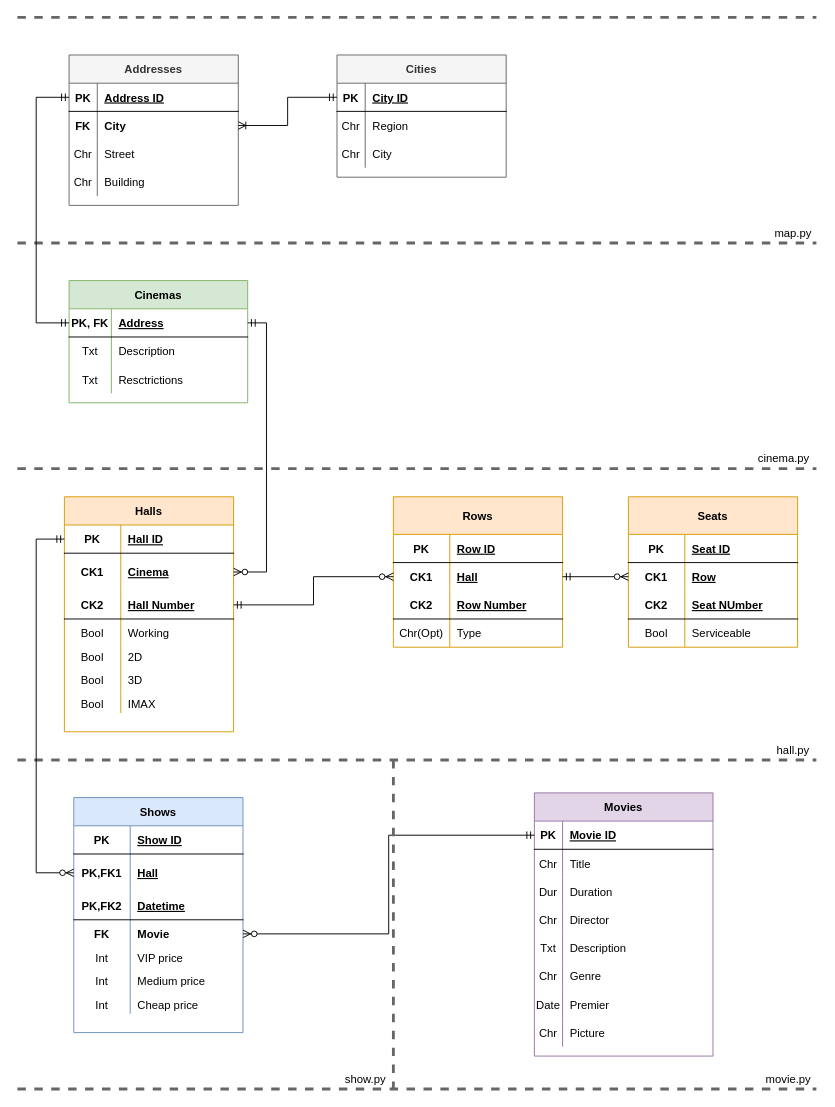
Earlier version of the draw.io diagram description/db.drawio (pointuseless/kinocms). Source tidied: cells renumbered, new cells numbered last; positions are measured from the earlier drawing's top-left corner, leaving out a move shared by most shapes. Both pictures are drawn from the tidied source at 94%, with x=0, y=0 at pixel (17, 17).
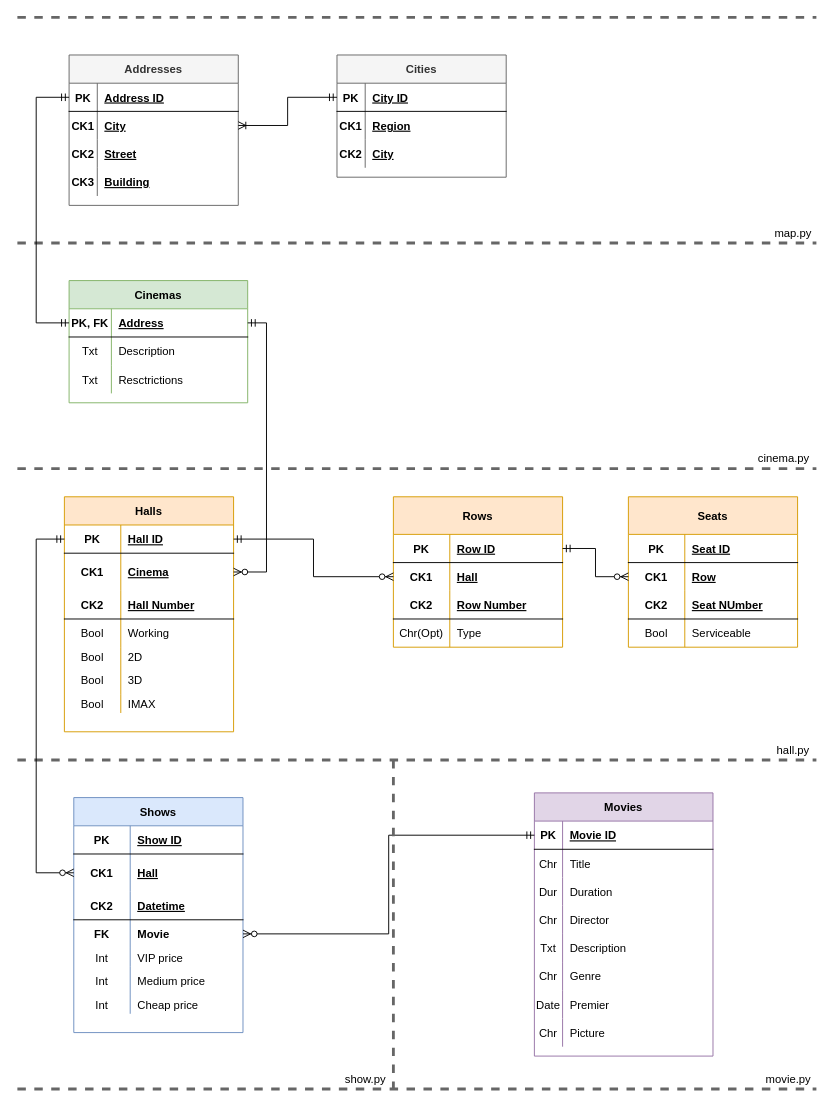
The same page after the edit.

The change refers to these unchanged cells:
```xml
<mxCell id="6" style="shape=partialRectangle;fillColor=none;top=0;left=0;bottom=0;right=0;points=[[0,0.5],[1,0.5]];portConstraint=eastwest;" parent="2" vertex="1">
  <mxGeometry y="60" width="180" height="40" as="geometry" />
</mxCell>
<mxCell id="9" style="shape=partialRectangle;fillColor=none;top=0;left=0;bottom=1;right=0;" parent="2" vertex="1">
  <mxGeometry y="100" width="180" height="30" as="geometry" />
</mxCell>
<mxCell id="25" style="shape=partialRectangle;fillColor=none;top=0;left=0;bottom=1;right=0;points=[[0,0.5],[1,0.5]];portConstraint=eastwest;strokeColor=#000000;" parent="24" vertex="1">
  <mxGeometry y="30" width="180" height="30" as="geometry" />
</mxCell>
<mxCell id="31" style="shape=partialRectangle;fillColor=none;top=0;left=0;bottom=1;right=0;points=[[0,0.5],[1,0.5]];portConstraint=eastwest;" parent="24" vertex="1">
  <mxGeometry y="100" width="180" height="30" as="geometry" />
</mxCell>
<mxCell id="73" style="shape=partialRectangle;fillColor=none;top=0;left=0;bottom=1;right=0;points=[[0,0.5],[1,0.5]];portConstraint=eastwest;strokeColor=#000000;" parent="72" vertex="1">
  <mxGeometry y="40" width="180" height="30" as="geometry" />
</mxCell>
<mxCell id="76" style="shape=partialRectangle;fillColor=none;top=0;left=0;bottom=0;right=0;points=[[0,0.5],[1,0.5]];portConstraint=eastwest;" parent="72" vertex="1">
  <mxGeometry y="70" width="180" height="30" as="geometry" />
</mxCell>
<mxCell id="90" style="shape=partialRectangle;fillColor=none;top=0;left=0;bottom=0;right=0;points=[[0,0.5],[1,0.5]];portConstraint=eastwest;" parent="86" vertex="1">
  <mxGeometry y="70" width="180" height="30" as="geometry" />
</mxCell>
<mxCell id="119" style="shape=partialRectangle;fillColor=none;top=0;left=0;bottom=0;right=0;" parent="115" vertex="1">
  <mxGeometry y="60" width="180" height="30" as="geometry" />
</mxCell>
<mxCell id="122" style="shape=partialRectangle;fillColor=none;top=0;left=0;bottom=0;right=0;" parent="115" vertex="1">
  <mxGeometry y="90" width="180" height="30" as="geometry" />
</mxCell>
<mxCell id="134" style="shape=partialRectangle;fillColor=none;top=0;left=0;bottom=0;right=0;points=[[0,0.5],[1,0.5]];portConstraint=eastwest;" parent="130" vertex="1">
  <mxGeometry y="60" width="180" height="30" as="geometry" />
</mxCell>
<mxCell id="137" style="shape=partialRectangle;fillColor=none;top=0;left=0;bottom=0;right=0;" parent="130" vertex="1">
  <mxGeometry y="90" width="180" height="30" as="geometry" />
</mxCell>
<mxCell id="140" style="shape=partialRectangle;fillColor=none;top=0;left=0;bottom=0;right=0;" parent="130" vertex="1">
  <mxGeometry y="120" width="180" height="30" as="geometry" />
</mxCell>
```

Diff of the diagram source:
```diff
@@
-    <mxCell id="7" value="PK,FK1" style="shape=partialRectangle;fillColor=none;top=0;left=0;bottom=0;right=0;fontStyle=1;overflow=hidden;" parent="6" vertex="1">
+    <mxCell id="7" value="CK1" style="shape=partialRectangle;fillColor=none;top=0;left=0;bottom=0;right=0;fontStyle=1;overflow=hidden;" parent="6" vertex="1">
       <mxGeometry width="60" height="40" as="geometry" />
     </mxCell>
@@
-    <mxCell id="10" value="PK,FK2" style="shape=partialRectangle;fillColor=none;top=0;left=0;bottom=0;right=0;fontStyle=1;overflow=hidden;" parent="9" vertex="1">
+    <mxCell id="10" value="CK2" style="shape=partialRectangle;fillColor=none;top=0;left=0;bottom=0;right=0;fontStyle=1;overflow=hidden;" parent="9" vertex="1">
       <mxGeometry width="60" height="30" as="geometry" />
     </mxCell>
@@
-    <mxCell id="85" style="edgeStyle=orthogonalEdgeStyle;rounded=0;jettySize=auto;html=1;exitX=0;exitY=0.5;exitDx=0;exitDy=0;startArrow=ERzeroToMany;startFill=1;endArrow=ERmandOne;endFill=0;entryX=1;entryY=0.5;entryDx=0;entryDy=0;" parent="1" edge="1" source="76" target="31">
-      <mxGeometry relative="1" as="geometry" />
-    </mxCell>
@@
-    <mxCell id="99" style="edgeStyle=orthogonalEdgeStyle;rounded=0;jettySize=auto;html=1;exitX=0;exitY=0.5;exitDx=0;exitDy=0;entryX=1;entryY=0.5;entryDx=0;entryDy=0;startArrow=ERzeroToMany;startFill=1;endArrow=ERmandOne;endFill=0;" parent="1" edge="1" source="90" target="76">
-      <mxGeometry relative="1" as="geometry" />
-    </mxCell>
@@
-    <mxCell id="120" value="Chr" style="shape=partialRectangle;fillColor=none;top=0;left=0;bottom=0;right=0;overflow=hidden;" parent="119" vertex="1">
+    <mxCell id="120" value="CK1" style="shape=partialRectangle;fillColor=none;top=0;left=0;bottom=0;right=0;overflow=hidden;fontStyle=1;" parent="119" vertex="1">
       <mxGeometry width="30" height="30" as="geometry" />
     </mxCell>
-    <mxCell id="121" value="Region" style="shape=partialRectangle;fillColor=none;top=0;left=0;bottom=0;right=0;align=left;spacingLeft=6;overflow=hidden;" parent="119" vertex="1">
+    <mxCell id="121" value="Region" style="shape=partialRectangle;fillColor=none;top=0;left=0;bottom=0;right=0;align=left;spacingLeft=6;overflow=hidden;fontStyle=5;" parent="119" vertex="1">
       <mxGeometry x="30" width="150" height="30" as="geometry" />
     </mxCell>
@@
-    <mxCell id="123" value="Chr" style="shape=partialRectangle;fillColor=none;top=0;left=0;bottom=0;right=0;overflow=hidden;" parent="122" vertex="1">
+    <mxCell id="123" value="CK2" style="shape=partialRectangle;fillColor=none;top=0;left=0;bottom=0;right=0;overflow=hidden;fontStyle=1;" parent="122" vertex="1">
       <mxGeometry width="30" height="30" as="geometry" />
     </mxCell>
-    <mxCell id="124" value="City" style="shape=partialRectangle;fillColor=none;top=0;left=0;bottom=0;right=0;align=left;spacingLeft=6;overflow=hidden;" parent="122" vertex="1">
+    <mxCell id="124" value="City" style="shape=partialRectangle;fillColor=none;top=0;left=0;bottom=0;right=0;align=left;spacingLeft=6;overflow=hidden;fontStyle=5;" parent="122" vertex="1">
       <mxGeometry x="30" width="150" height="30" as="geometry" />
     </mxCell>
@@
-    <mxCell id="135" value="FK" style="shape=partialRectangle;fillColor=none;top=0;left=0;bottom=0;right=0;fontStyle=1;overflow=hidden;" parent="134" vertex="1">
+    <mxCell id="135" value="CK1" style="shape=partialRectangle;fillColor=none;top=0;left=0;bottom=0;right=0;fontStyle=1;overflow=hidden;" parent="134" vertex="1">
       <mxGeometry width="30" height="30" as="geometry" />
     </mxCell>
-    <mxCell id="136" value="City" style="shape=partialRectangle;fillColor=none;top=0;left=0;bottom=0;right=0;align=left;spacingLeft=6;fontStyle=1;overflow=hidden;" parent="134" vertex="1">
+    <mxCell id="136" value="City" style="shape=partialRectangle;fillColor=none;top=0;left=0;bottom=0;right=0;align=left;spacingLeft=6;fontStyle=5;overflow=hidden;" parent="134" vertex="1">
       <mxGeometry x="30" width="150" height="30" as="geometry" />
     </mxCell>
@@
-    <mxCell id="138" value="Chr" style="shape=partialRectangle;fillColor=none;top=0;left=0;bottom=0;right=0;overflow=hidden;" parent="137" vertex="1">
+    <mxCell id="138" value="CK2" style="shape=partialRectangle;fillColor=none;top=0;left=0;bottom=0;right=0;overflow=hidden;fontStyle=1;" parent="137" vertex="1">
       <mxGeometry width="30" height="30" as="geometry" />
     </mxCell>
-    <mxCell id="139" value="Street" style="shape=partialRectangle;fillColor=none;top=0;left=0;bottom=0;right=0;align=left;spacingLeft=6;overflow=hidden;" parent="137" vertex="1">
+    <mxCell id="139" value="Street" style="shape=partialRectangle;fillColor=none;top=0;left=0;bottom=0;right=0;align=left;spacingLeft=6;overflow=hidden;fontStyle=5;" parent="137" vertex="1">
       <mxGeometry x="30" width="150" height="30" as="geometry" />
     </mxCell>
@@
-    <mxCell id="141" value="Chr" style="shape=partialRectangle;fillColor=none;top=0;left=0;bottom=0;right=0;overflow=hidden;" parent="140" vertex="1">
+    <mxCell id="141" value="CK3" style="shape=partialRectangle;fillColor=none;top=0;left=0;bottom=0;right=0;overflow=hidden;fontStyle=1;" parent="140" vertex="1">
       <mxGeometry width="30" height="30" as="geometry" />
     </mxCell>
-    <mxCell id="142" value="Building" style="shape=partialRectangle;fillColor=none;top=0;left=0;bottom=0;right=0;align=left;spacingLeft=6;overflow=hidden;" parent="140" vertex="1">
+    <mxCell id="142" value="Building" style="shape=partialRectangle;fillColor=none;top=0;left=0;bottom=0;right=0;align=left;spacingLeft=6;overflow=hidden;fontStyle=5;" parent="140" vertex="1">
       <mxGeometry x="30" width="150" height="30" as="geometry" />
     </mxCell>
@@
+    <mxCell id="148" style="edgeStyle=orthogonalEdgeStyle;rounded=0;jettySize=auto;html=1;exitX=0;exitY=0.5;exitDx=0;exitDy=0;entryX=1;entryY=0.5;entryDx=0;entryDy=0;startArrow=ERzeroToMany;startFill=1;endArrow=ERmandOne;endFill=0;" parent="1" edge="1" source="90" target="73">
+      <mxGeometry relative="1" as="geometry" />
+    </mxCell>
+    <mxCell id="149" style="edgeStyle=orthogonalEdgeStyle;rounded=0;jettySize=auto;html=1;exitX=0;exitY=0.5;exitDx=0;exitDy=0;entryX=1;entryY=0.5;entryDx=0;entryDy=0;startArrow=ERzeroToMany;startFill=1;endArrow=ERmandOne;endFill=0;" parent="1" edge="1" source="76" target="25">
+      <mxGeometry relative="1" as="geometry" />
+    </mxCell>
```
